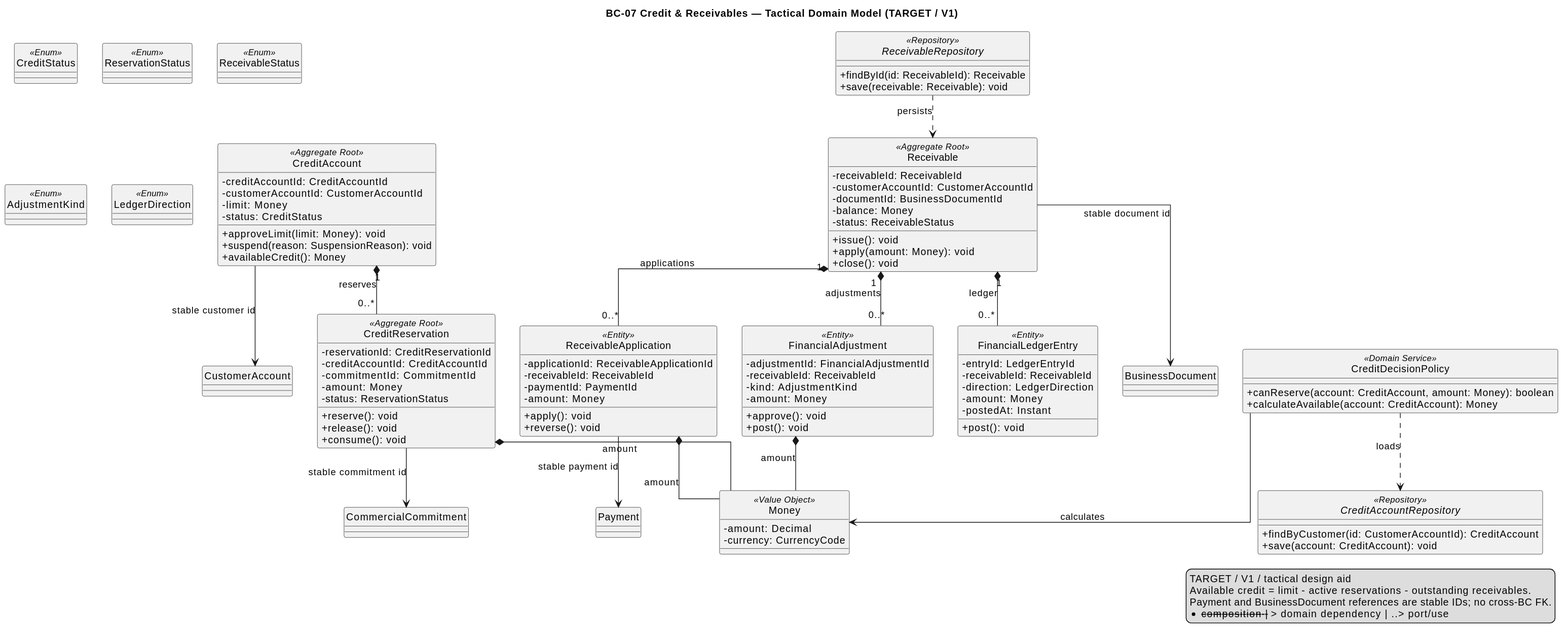
Before: 01-shared/domain/bounded-contexts/BC-07-credit-receivables/diagrams/BC07_CreditReceivables.svg, a diagram exported from PlantUML (nexa-suite/blueprint). Its diagram source:
```plantuml
@startuml
title BC-07 Credit & Receivables — Tactical Domain Model (TARGET / V1)
hide circle
skinparam classAttributeIconSize 0
skinparam shadowing false
skinparam linetype ortho

class CreditAccount <<Aggregate Root>> {
  -creditAccountId: CreditAccountId
  -customerAccountId: CustomerAccountId
  -limit: Money
  -status: CreditStatus
  +approveLimit(limit: Money): void
  +suspend(reason: SuspensionReason): void
  +availableCredit(): Money
}

class CreditReservation <<Aggregate Root>> {
  -reservationId: CreditReservationId
  -creditAccountId: CreditAccountId
  -commitmentId: CommitmentId
  -amount: Money
  -status: ReservationStatus
  +reserve(): void
  +release(): void
  +consume(): void
}

class Receivable <<Aggregate Root>> {
  -receivableId: ReceivableId
  -customerAccountId: CustomerAccountId
  -documentId: BusinessDocumentId
  -balance: Money
  -status: ReceivableStatus
  +issue(): void
  +apply(amount: Money): void
  +close(): void
}

class ReceivableApplication <<Entity>> {
  -applicationId: ReceivableApplicationId
  -receivableId: ReceivableId
  -paymentId: PaymentId
  -amount: Money
  +apply(): void
  +reverse(): void
}

class FinancialAdjustment <<Entity>> {
  -adjustmentId: FinancialAdjustmentId
  -receivableId: ReceivableId
  -kind: AdjustmentKind
  -amount: Money
  +approve(): void
  +post(): void
}

class FinancialLedgerEntry <<Entity>> {
  -entryId: LedgerEntryId
  -receivableId: ReceivableId
  -direction: LedgerDirection
  -amount: Money
  -postedAt: Instant
  +post(): void
}

class CreditDecisionPolicy <<Domain Service>> {
  +canReserve(account: CreditAccount, amount: Money): boolean
  +calculateAvailable(account: CreditAccount): Money
}

class Money <<Value Object>> {
  -amount: Decimal
  -currency: CurrencyCode
}

interface CreditAccountRepository <<Repository>> {
  +findByCustomer(id: CustomerAccountId): CreditAccount
  +save(account: CreditAccount): void
}

interface ReceivableRepository <<Repository>> {
  +findById(id: ReceivableId): Receivable
  +save(receivable: Receivable): void
}

enum CreditStatus <<Enum>>
enum ReservationStatus <<Enum>>
enum ReceivableStatus <<Enum>>
enum AdjustmentKind <<Enum>>
enum LedgerDirection <<Enum>>

CreditAccount "1" *-- "0..*" CreditReservation : reserves
Receivable "1" *-- "0..*" ReceivableApplication : applications
Receivable "1" *-- "0..*" FinancialAdjustment : adjustments
Receivable "1" *-- "0..*" FinancialLedgerEntry : ledger
CreditReservation *-- Money : amount
ReceivableApplication *-- Money : amount
FinancialAdjustment *-- Money : amount
CreditAccount --> CustomerAccount : stable customer id
CreditReservation --> CommercialCommitment : stable commitment id
ReceivableApplication --> Payment : stable payment id
Receivable --> BusinessDocument : stable document id
CreditDecisionPolicy ..> CreditAccountRepository : loads
CreditDecisionPolicy --> Money : calculates
ReceivableRepository ..> Receivable : persists

legend right
TARGET / V1 / tactical design aid
Available credit = limit - active reservations - outstanding receivables.
Payment and BusinessDocument references are stable IDs; no cross-BC FK.
*-- composition | --> domain dependency | ..> port/use
endlegend
@enduml
```
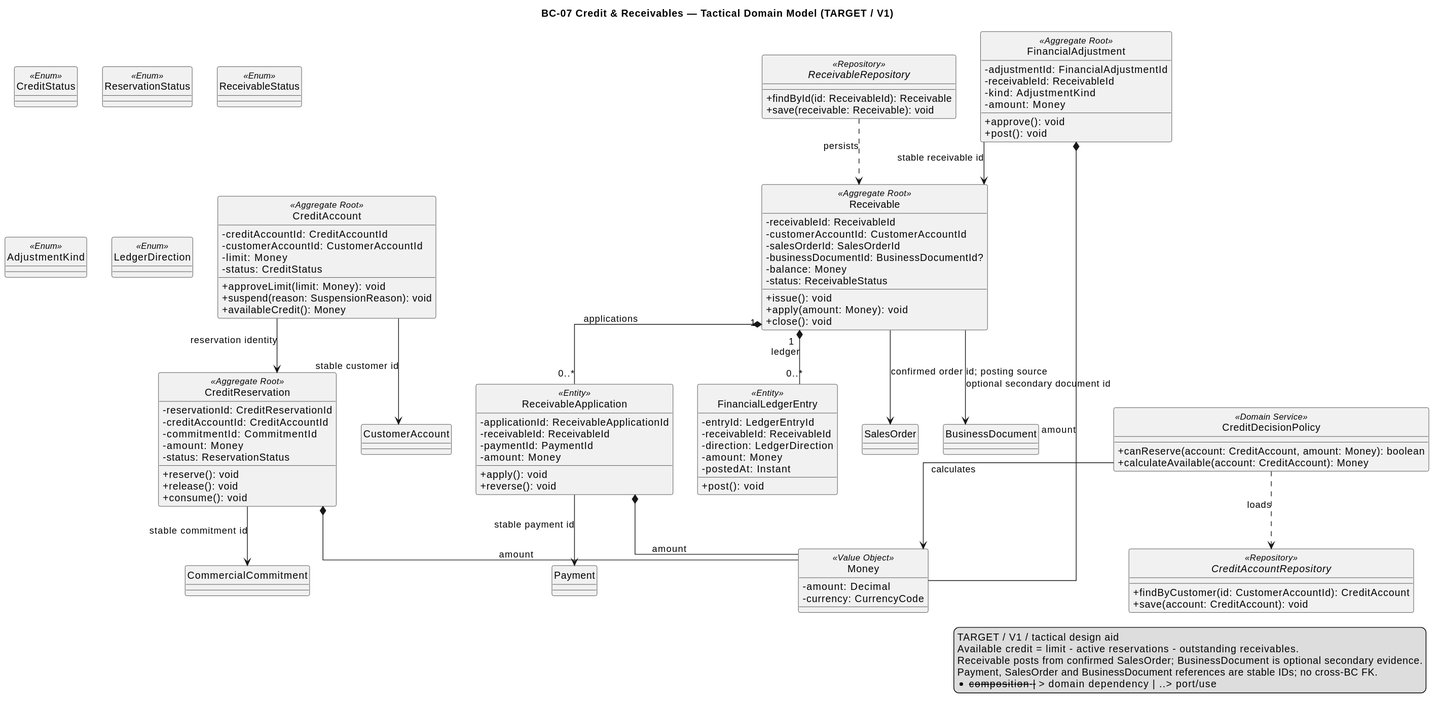
After the commit.

What changed in the source:
```diff
@@ -29,7 +29,8 @@
 class Receivable <<Aggregate Root>> {
   -receivableId: ReceivableId
   -customerAccountId: CustomerAccountId
-  -documentId: BusinessDocumentId
+  -salesOrderId: SalesOrderId
+  -businessDocumentId: BusinessDocumentId?
   -balance: Money
   -status: ReceivableStatus
   +issue(): void
@@ -46,7 +47,7 @@
   +reverse(): void
 }
 
-class FinancialAdjustment <<Entity>> {
+class FinancialAdjustment <<Aggregate Root>> {
   -adjustmentId: FinancialAdjustmentId
   -receivableId: ReceivableId
   -kind: AdjustmentKind
@@ -90,9 +91,9 @@
 enum AdjustmentKind <<Enum>>
 enum LedgerDirection <<Enum>>
 
-CreditAccount "1" *-- "0..*" CreditReservation : reserves
+CreditAccount --> CreditReservation : reservation identity
 Receivable "1" *-- "0..*" ReceivableApplication : applications
-Receivable "1" *-- "0..*" FinancialAdjustment : adjustments
+FinancialAdjustment --> Receivable : stable receivable id
 Receivable "1" *-- "0..*" FinancialLedgerEntry : ledger
 CreditReservation *-- Money : amount
 ReceivableApplication *-- Money : amount
@@ -100,7 +101,8 @@
 CreditAccount --> CustomerAccount : stable customer id
 CreditReservation --> CommercialCommitment : stable commitment id
 ReceivableApplication --> Payment : stable payment id
-Receivable --> BusinessDocument : stable document id
+Receivable --> SalesOrder : confirmed order id; posting source
+Receivable --> BusinessDocument : optional secondary document id
 CreditDecisionPolicy ..> CreditAccountRepository : loads
 CreditDecisionPolicy --> Money : calculates
 ReceivableRepository ..> Receivable : persists
@@ -108,7 +110,8 @@
 legend right
 TARGET / V1 / tactical design aid
 Available credit = limit - active reservations - outstanding receivables.
-Payment and BusinessDocument references are stable IDs; no cross-BC FK.
+Receivable posts from confirmed SalesOrder; BusinessDocument is optional secondary evidence.
+Payment, SalesOrder and BusinessDocument references are stable IDs; no cross-BC FK.
 *-- composition | --> domain dependency | ..> port/use
 endlegend
 @enduml
```
